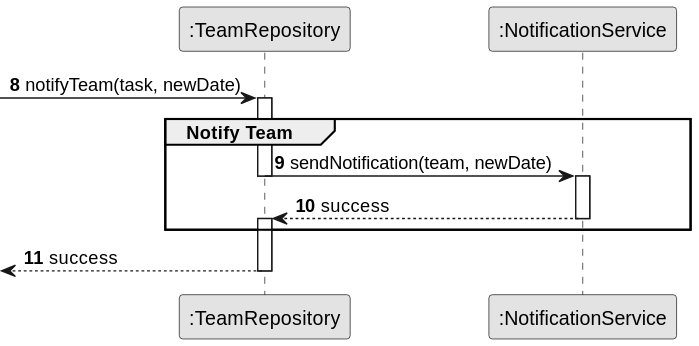
Before: docs/sprintC/us024/03.design/svg/us024-sequence-diagram-partial-notify-team.svg, a diagram exported from PlantUML (ricardomm7/leaflink). The source it was exported from:
```plantuml
@startuml
skinparam monochrome true
skinparam packageStyle rectangle
skinparam shadowing false

participant ":TeamRepository" as TeamRepo
participant ":NotificationService" as NotificationService


autonumber 8
 -> TeamRepo : notifyTeam(task, newDate)

activate TeamRepo
    group Notify Team

    TeamRepo -> NotificationService : sendNotification(team, newDate)
    deactivate TeamRepo
    activate NotificationService

    NotificationService --> TeamRepo : success
    deactivate NotificationService
    activate TeamRepo

    end

 <-- TeamRepo: success
deactivate TeamRepo
@enduml
```
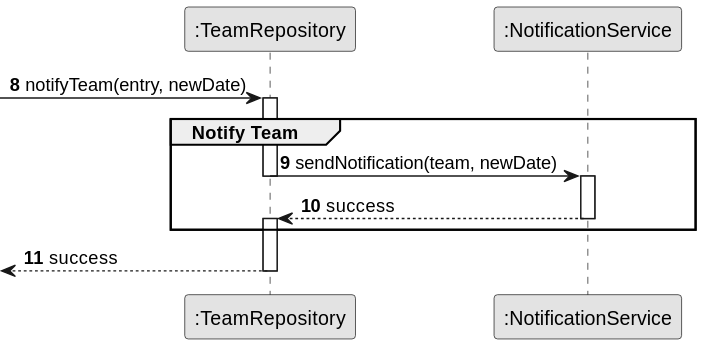
Above is the later version.

What changed in the source:
```diff
@@ -8,7 +8,7 @@
 
 
 autonumber 8
- -> TeamRepo : notifyTeam(task, newDate)
+ -> TeamRepo : notifyTeam(entry, newDate)
 
 activate TeamRepo
     group Notify Team
```
